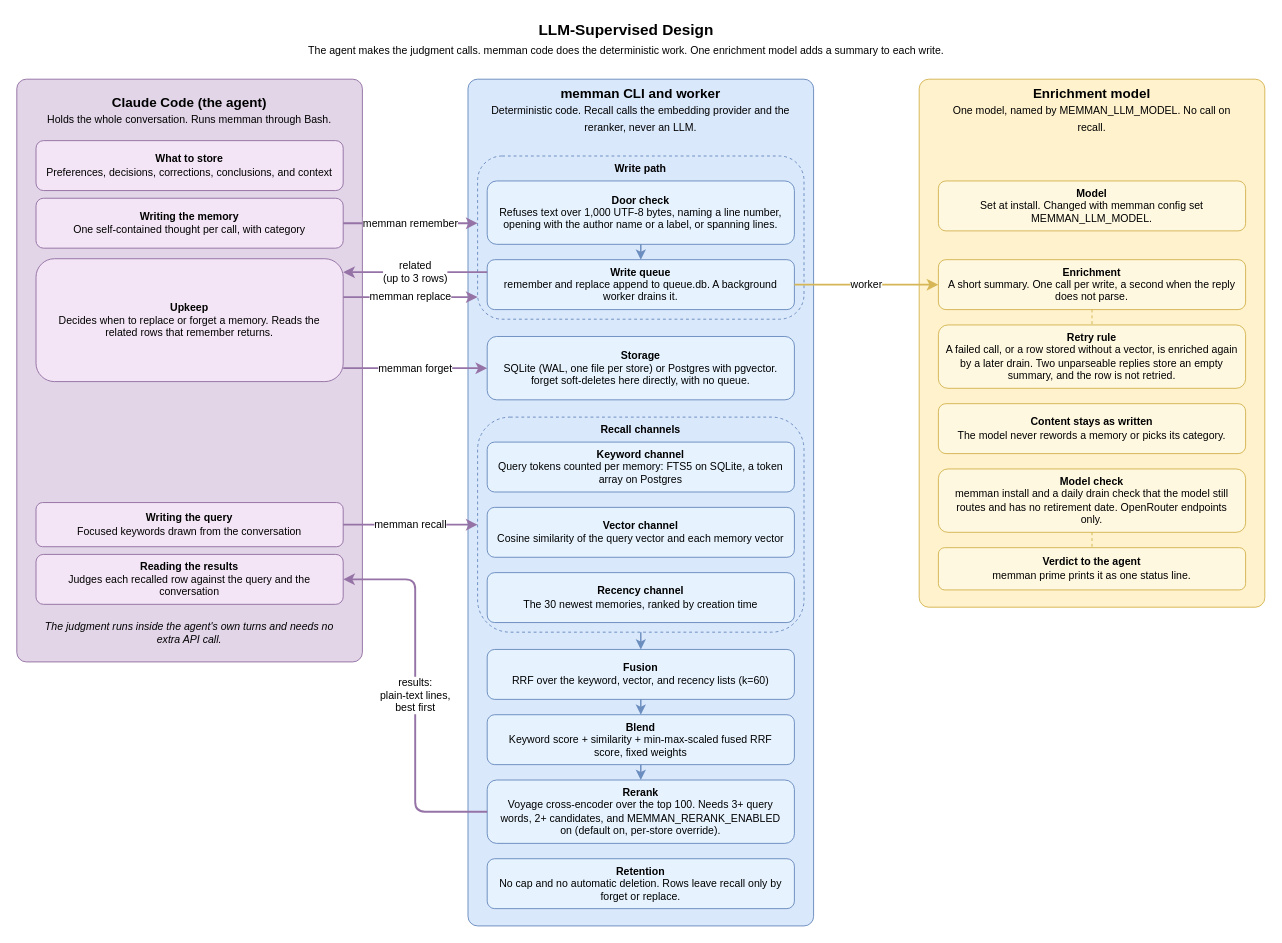
Before: docs/diagrams/01-llm-supervised.drawio in bissli/memman, a draw.io diagram. Source tidied: cells renumbered, new cells numbered last; positions are measured from the earlier drawing's top-left corner, leaving out a move shared by most shapes. Both pictures are drawn from the tidied source at 96%, with x=0, y=0 at pixel (16, 16).
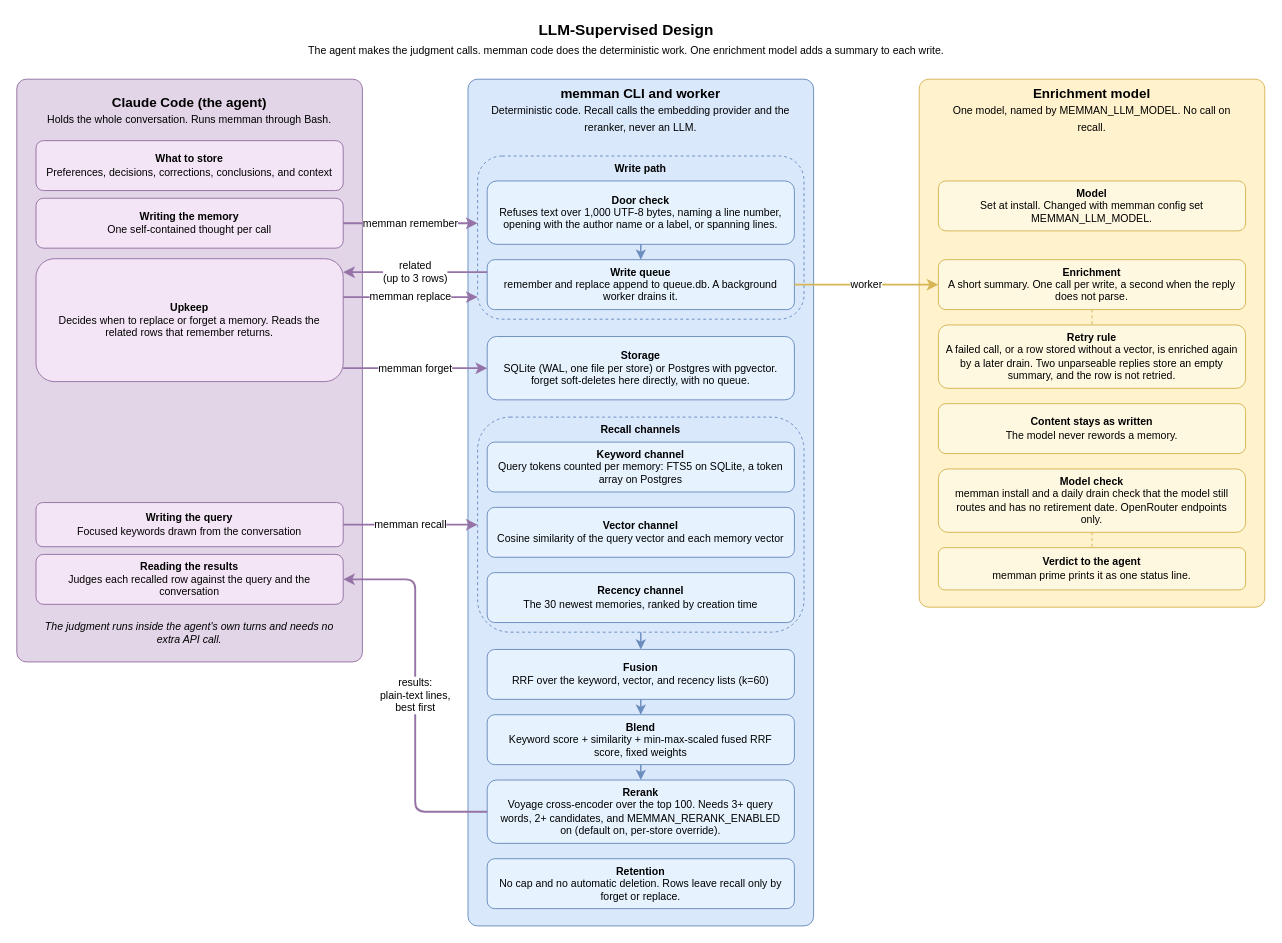
After the change.

What changed in the source:
```diff
@@
-    <mxCell id="6" value="&lt;b&gt;Writing the memory&lt;/b&gt;&lt;br&gt;One self-contained thought per call, with category" style="rounded=1;whiteSpace=wrap;html=1;fillColor=#F3E5F5;strokeColor=#9673a6;fontSize=11;spacingLeft=6;spacingRight=6;" parent="1" vertex="1">
+    <mxCell id="6" value="&lt;b&gt;Writing the memory&lt;/b&gt;&lt;br&gt;One self-contained thought per call" style="rounded=1;whiteSpace=wrap;html=1;fillColor=#F3E5F5;strokeColor=#9673a6;fontSize=11;spacingLeft=6;spacingRight=6;" parent="1" vertex="1">
       <mxGeometry x="20" y="189" width="320" height="52" as="geometry" />
     </mxCell>
@@
-    <mxCell id="30" value="&lt;b&gt;Content stays as written&lt;/b&gt;&lt;br&gt;The model never rewords a memory or picks its category." style="rounded=1;whiteSpace=wrap;html=1;fillColor=#FFF8E1;strokeColor=#d6b656;fontSize=11;spacingLeft=6;spacingRight=6;" parent="1" vertex="1">
+    <mxCell id="30" value="&lt;b&gt;Content stays as written&lt;/b&gt;&lt;br&gt;The model never rewords a memory." style="rounded=1;whiteSpace=wrap;html=1;fillColor=#FFF8E1;strokeColor=#d6b656;fontSize=11;spacingLeft=6;spacingRight=6;" parent="1" vertex="1">
       <mxGeometry x="960" y="403" width="320" height="52" as="geometry" />
     </mxCell>
```
